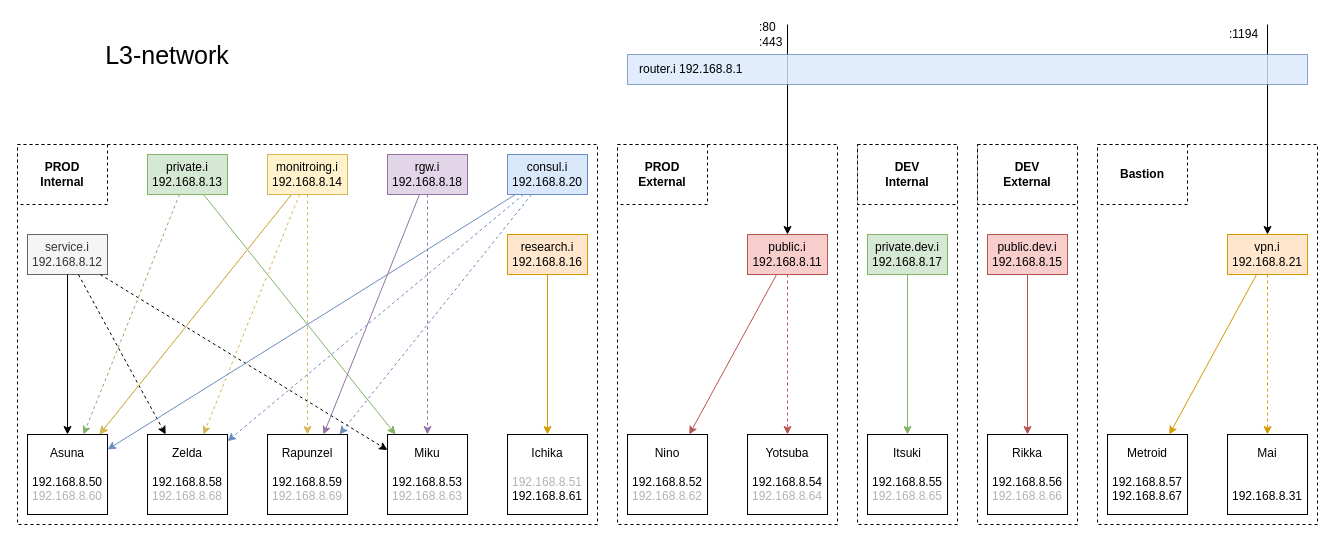
The draw.io diagram page "L3-Net" (3 of 7) of docs/schemes/Argobay-main.drawio in SnipGhost/argobay-ansible, before the edit. Source tidied: cells renumbered, new cells numbered last; positions are measured from the earlier drawing's top-left corner, leaving out a move shared by most shapes. Both pictures are drawn from the tidied source at 100%, with x=0, y=0 at pixel (17, 24).
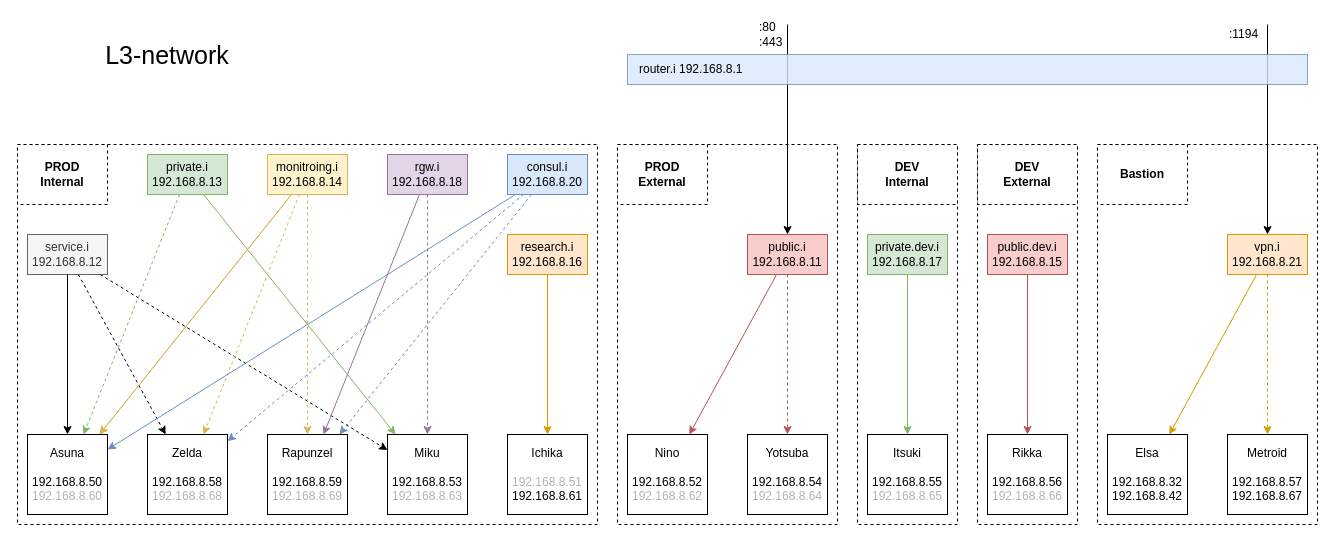
The same diagram, later.

Unchanged cells that the change refers to:
```xml
<mxCell id="24" value="&lt;div&gt;vpn.i&lt;/div&gt;&lt;div&gt;192.168.8.21&lt;/div&gt;" style="rounded=1;whiteSpace=wrap;html=1;arcSize=0;fillColor=#ffe6cc;strokeColor=#d79b00;" parent="1" vertex="1">
  <mxGeometry x="1210" y="210" width="80" height="40" as="geometry" />
</mxCell>
```

What changed in the source:
```diff
@@
     <mxCell id="16" value="&lt;div&gt;Metroid&lt;/div&gt;&lt;div&gt;&lt;br&gt;&lt;/div&gt;&lt;div&gt;192.168.8.57&lt;/div&gt;&lt;div&gt;192.168.8.67&lt;/div&gt;" style="rounded=0;whiteSpace=wrap;html=1;" parent="1" vertex="1">
-      <mxGeometry x="1090" y="410" width="80" height="80" as="geometry" />
+      <mxGeometry x="1210" y="410" width="80" height="80" as="geometry" />
     </mxCell>
@@
-    <mxCell id="32" style="endArrow=classic;html=1;fillColor=#ffe6cc;strokeColor=#d79b00;" parent="1" edge="1" source="24" target="16">
+    <mxCell id="32" style="endArrow=classic;html=1;fillColor=#ffe6cc;strokeColor=#d79b00;dashed=1;" parent="1" edge="1" source="24" target="16">
       <mxGeometry relative="1" as="geometry" />
     </mxCell>
@@
-    <mxCell id="47" value="&lt;div&gt;Mai&lt;/div&gt;&lt;div&gt;&lt;br&gt;&lt;br&gt;&lt;/div&gt;&lt;div&gt;192.168.8.31&lt;/div&gt;" style="rounded=0;whiteSpace=wrap;html=1;" parent="1" vertex="1">
-      <mxGeometry x="1210" y="410" width="80" height="80" as="geometry" />
+    <mxCell id="47" value="&lt;div&gt;Elsa&lt;/div&gt;&lt;div&gt;&lt;br&gt;192.168.8.32&lt;br&gt;&lt;/div&gt;&lt;div&gt;192.168.8.42&lt;/div&gt;" style="rounded=0;whiteSpace=wrap;html=1;" parent="1" vertex="1">
+      <mxGeometry x="1090" y="410" width="80" height="80" as="geometry" />
     </mxCell>
@@
-    <mxCell id="59" style="endArrow=classic;html=1;fillColor=#ffe6cc;strokeColor=#d79b00;dashed=1;" parent="1" edge="1" source="24" target="47">
+    <mxCell id="59" style="endArrow=classic;html=1;fillColor=#ffe6cc;strokeColor=#d79b00;" parent="1" edge="1" source="24" target="47">
       <mxGeometry relative="1" as="geometry" />
     </mxCell>
```
